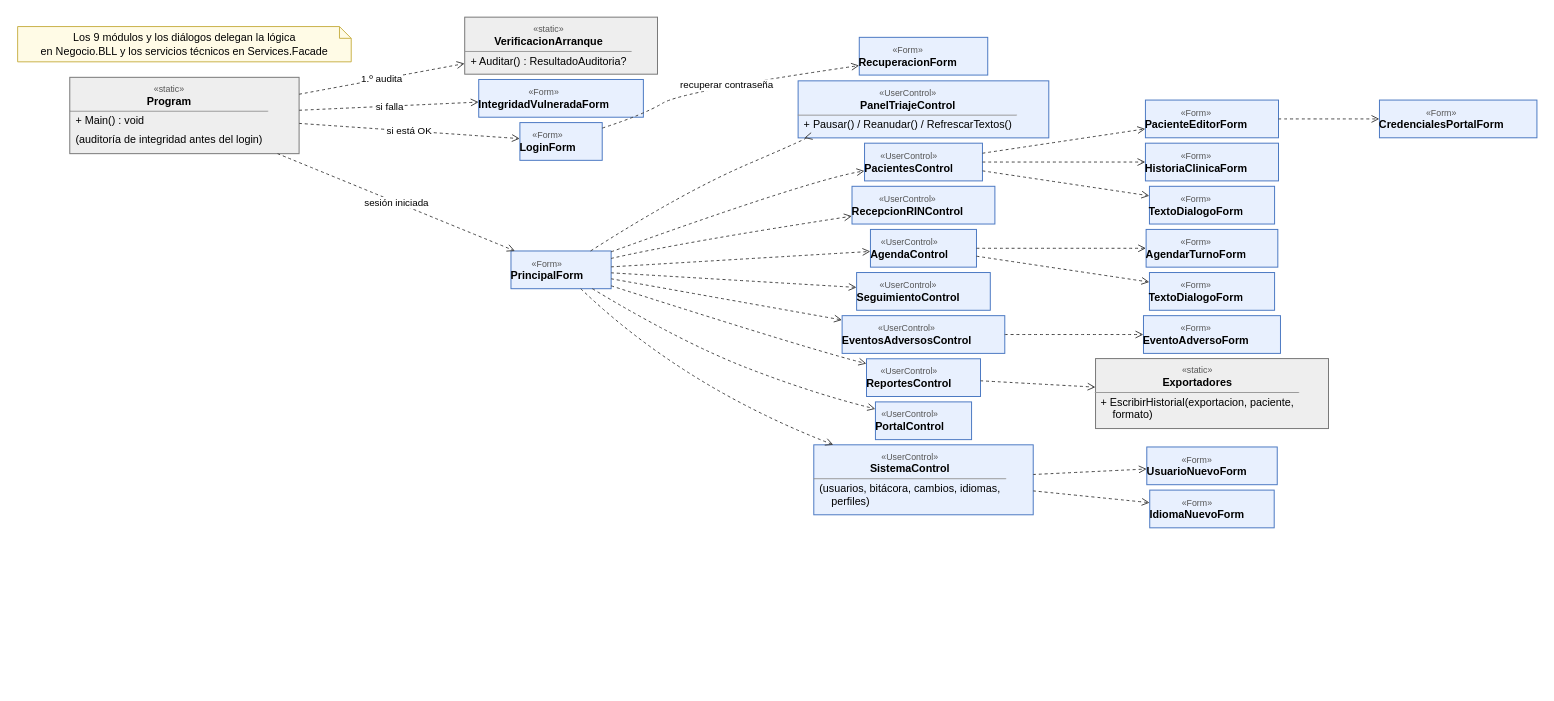
Before: Diagramas/Arquitectura/G06 - Presentacion (clases).drawio in DanteSchlogl/OpenRIN-corregido, a draw.io diagram. Source tidied: cells renumbered, new cells numbered last; positions are measured from the earlier drawing's top-left corner, leaving out a move shared by most shapes. Both pictures are drawn from the tidied source at 98%, with x=0, y=0 at pixel (17, 17).
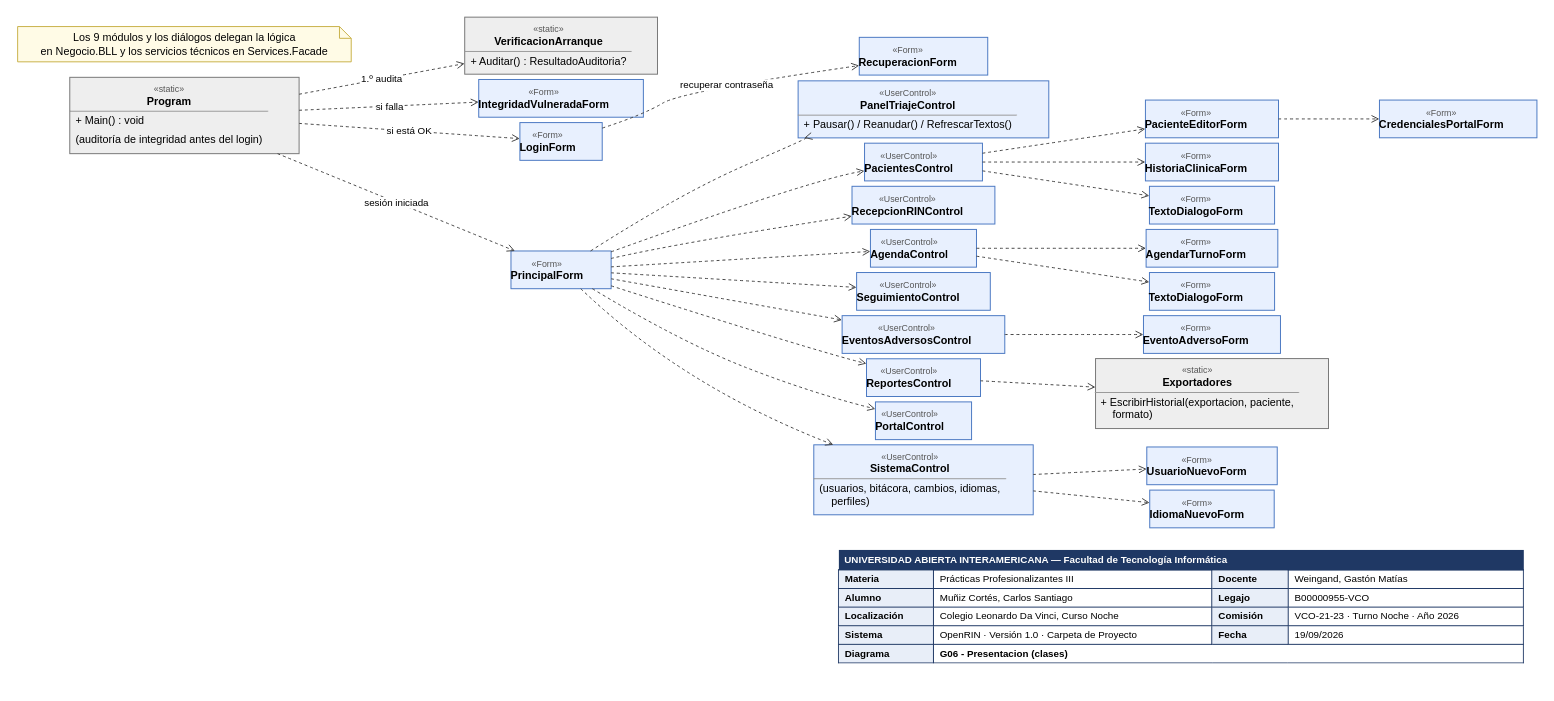
The same page after the edit.

What changed in the source:
```diff
@@
+    <mxCell id="52" value="&lt;table style=&quot;border-collapse:collapse;font-family:Arial;font-size:10px;width:700px;table-layout:auto;&quot;&gt;&lt;tr&gt;&lt;td colspan=&quot;4&quot; style=&quot;background:#1F3864;color:#FFFFFF;font-weight:bold;padding:4px 6px;&quot;&gt;UNIVERSIDAD ABIERTA INTERAMERICANA — Facultad de Tecnología Informática&lt;/td&gt;&lt;/tr&gt;&lt;tr&gt;&lt;td style=&quot;border:1px solid #1F3864;padding:3px 6px;font-weight:bold;background:#E8EEF8;white-space:nowrap;&quot;&gt;Materia&lt;/td&gt;&lt;td style=&quot;border:1px solid #1F3864;padding:3px 6px;&quot;&gt;Prácticas Profesionalizantes III&lt;/td&gt;&lt;td style=&quot;border:1px solid #1F3864;padding:3px 6px;font-weight:bold;background:#E8EEF8;white-space:nowrap;&quot;&gt;Docente&lt;/td&gt;&lt;td style=&quot;border:1px solid #1F3864;padding:3px 6px;&quot;&gt;Weingand, Gastón Matías&lt;/td&gt;&lt;/tr&gt;&lt;tr&gt;&lt;td style=&quot;border:1px solid #1F3864;padding:3px 6px;font-weight:bold;background:#E8EEF8;white-space:nowrap;&quot;&gt;Alumno&lt;/td&gt;&lt;td style=&quot;border:1px solid #1F3864;padding:3px 6px;&quot;&gt;Muñiz Cortés, Carlos Santiago&lt;/td&gt;&lt;td style=&quot;border:1px solid #1F3864;padding:3px 6px;font-weight:bold;background:#E8EEF8;white-space:nowrap;&quot;&gt;Legajo&lt;/td&gt;&lt;td style=&quot;border:1px solid #1F3864;padding:3px 6px;&quot;&gt;B00000955-VCO&lt;/td&gt;&lt;/tr&gt;&lt;tr&gt;&lt;td style=&quot;border:1px solid #1F3864;padding:3px 6px;font-weight:bold;background:#E8EEF8;white-space:nowrap;&quot;&gt;Localización&lt;/td&gt;&lt;td style=&quot;border:1px solid #1F3864;padding:3px 6px;&quot;&gt;Colegio Leonardo Da Vinci, Curso Noche&lt;/td&gt;&lt;td style=&quot;border:1px solid #1F3864;padding:3px 6px;font-weight:bold;background:#E8EEF8;white-space:nowrap;&quot;&gt;Comisión&lt;/td&gt;&lt;td style=&quot;border:1px solid #1F3864;padding:3px 6px;&quot;&gt;VCO-21-23 · Turno Noche · Año 2026&lt;/td&gt;&lt;/tr&gt;&lt;tr&gt;&lt;td style=&quot;border:1px solid #1F3864;padding:3px 6px;font-weight:bold;background:#E8EEF8;white-space:nowrap;&quot;&gt;Sistema&lt;/td&gt;&lt;td style=&quot;border:1px solid #1F3864;padding:3px 6px;&quot;&gt;OpenRIN · Versión 1.0 · Carpeta de Proyecto&lt;/td&gt;&lt;td style=&quot;border:1px solid #1F3864;padding:3px 6px;font-weight:bold;background:#E8EEF8;white-space:nowrap;&quot;&gt;Fecha&lt;/td&gt;&lt;td style=&quot;border:1px solid #1F3864;padding:3px 6px;&quot;&gt;19/09/2026&lt;/td&gt;&lt;/tr&gt;&lt;tr&gt;&lt;td style=&quot;border:1px solid #1F3864;padding:3px 6px;font-weight:bold;background:#E8EEF8;white-space:nowrap;&quot;&gt;Diagrama&lt;/td&gt;&lt;td colspan=&quot;3&quot; style=&quot;border:1px solid #1F3864;padding:3px 6px;font-weight:bold;&quot;&gt;G06 - Presentacion (clases)&lt;/td&gt;&lt;/tr&gt;&lt;/table&gt;" style="html=1;whiteSpace=wrap;overflow=hidden;align=left;verticalAlign=top;fillColor=#FFFFFF;strokeColor=none;spacing=0;" parent="1" vertex="1">
+      <mxGeometry x="838" y="538.6" width="700" height="136" as="geometry" />
+    </mxCell>
```
